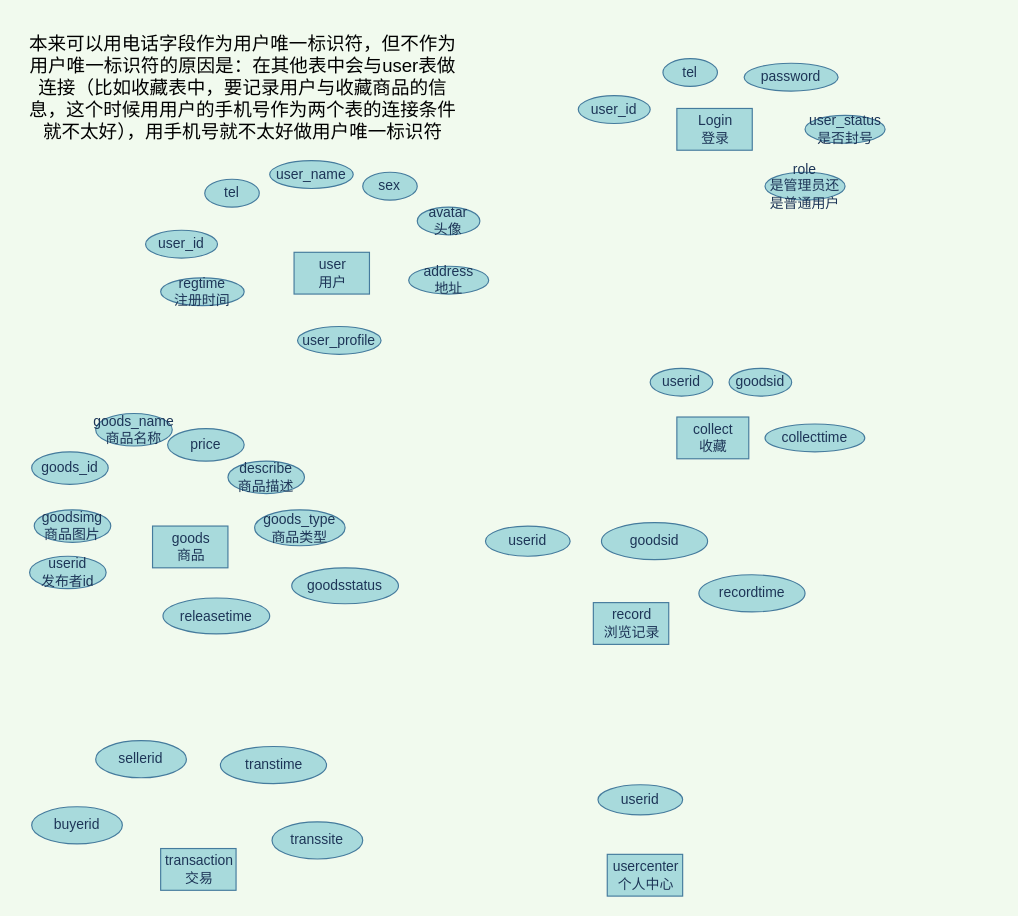
200928/image keeps this draw.io diagram as 跳蚤市场数据库ER图.drawio. Above is the earlier version. Source tidied: cells renumbered, new cells numbered last; positions are measured from the earlier drawing's top-left corner, leaving out a move shared by most shapes. Both pictures are drawn from the tidied source at 116%, with x=0, y=0 at pixel (20, 20).
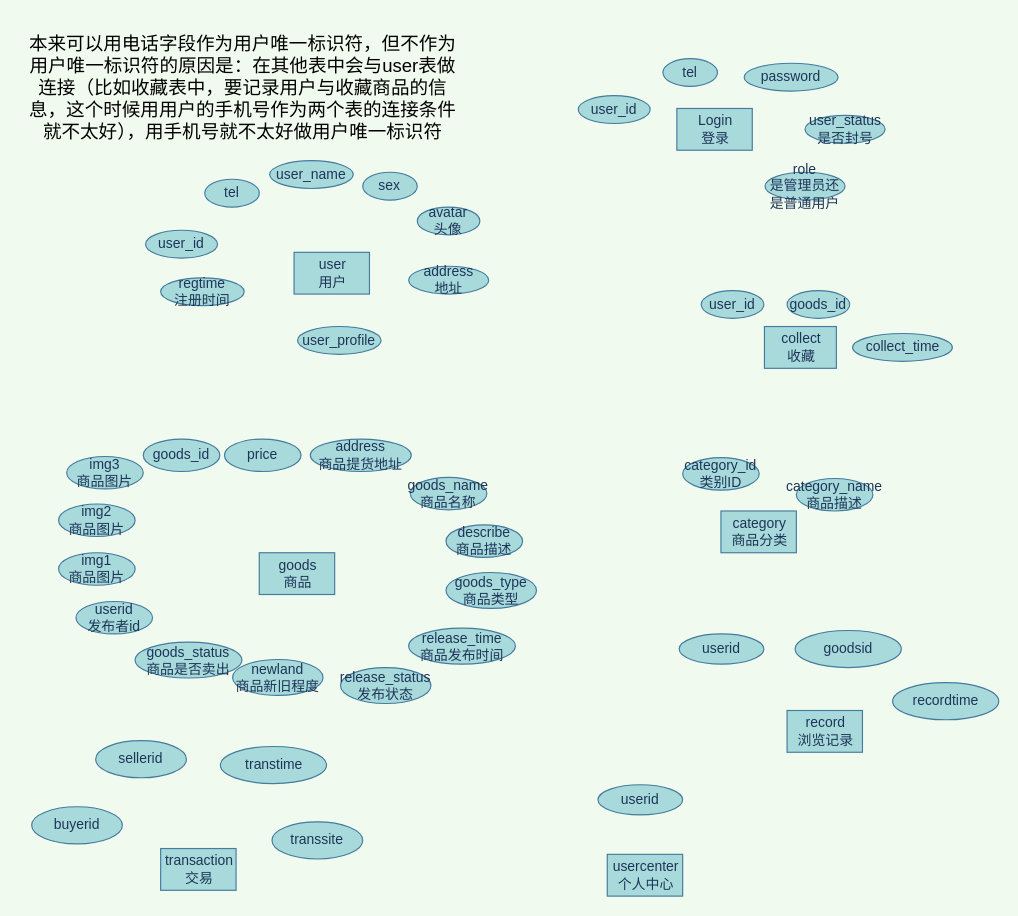
After the change.

Commit message:
更新跳蚤市场数据库ER图.drawio

Change to the diagram source:
```diff
@@
     <mxCell id="3" value="collect&lt;br&gt;收藏" style="html=1;fillColor=#A8DADC;strokeColor=#457B9D;fontColor=#1D3557;" parent="1" vertex="1">
-      <mxGeometry x="566" y="342" width="62" height="36" as="geometry" />
+      <mxGeometry x="641.5" y="264" width="62" height="36" as="geometry" />
     </mxCell>
@@
-    <mxCell id="12" value="userid" style="ellipse;whiteSpace=wrap;html=1;rounded=0;sketch=0;fontColor=#1D3557;strokeColor=#457B9D;fillColor=#A8DADC;" parent="1" vertex="1">
-      <mxGeometry x="543" y="300" width="54" height="24" as="geometry" />
+    <mxCell id="12" value="user_id" style="ellipse;whiteSpace=wrap;html=1;rounded=0;sketch=0;fontColor=#1D3557;strokeColor=#457B9D;fillColor=#A8DADC;" parent="1" vertex="1">
+      <mxGeometry x="587" y="233" width="54" height="24" as="geometry" />
     </mxCell>
-    <mxCell id="13" value="goodsid" style="ellipse;whiteSpace=wrap;html=1;rounded=0;sketch=0;fontColor=#1D3557;strokeColor=#457B9D;fillColor=#A8DADC;" parent="1" vertex="1">
-      <mxGeometry x="611" y="300" width="54" height="24" as="geometry" />
+    <mxCell id="13" value="goods_id" style="ellipse;whiteSpace=wrap;html=1;rounded=0;sketch=0;fontColor=#1D3557;strokeColor=#457B9D;fillColor=#A8DADC;" parent="1" vertex="1">
+      <mxGeometry x="661" y="233" width="54" height="24" as="geometry" />
     </mxCell>
-    <mxCell id="14" value="collecttime" style="ellipse;whiteSpace=wrap;html=1;rounded=0;sketch=0;fontColor=#1D3557;strokeColor=#457B9D;fillColor=#A8DADC;" parent="1" vertex="1">
-      <mxGeometry x="642" y="348" width="86" height="24" as="geometry" />
+    <mxCell id="14" value="collect_time" style="ellipse;whiteSpace=wrap;html=1;rounded=0;sketch=0;fontColor=#1D3557;strokeColor=#457B9D;fillColor=#A8DADC;" parent="1" vertex="1">
+      <mxGeometry x="717.5" y="270" width="86" height="24" as="geometry" />
     </mxCell>
     <mxCell id="15" value="goods&lt;br&gt;商品" style="html=1;fillColor=#A8DADC;strokeColor=#457B9D;fontColor=#1D3557;" parent="1" vertex="1">
-      <mxGeometry x="114" y="436" width="65" height="36" as="geometry" />
+      <mxGeometry x="206" y="459" width="65" height="36" as="geometry" />
     </mxCell>
     <mxCell id="16" value="record&lt;br&gt;浏览记录" style="html=1;fillColor=#A8DADC;strokeColor=#457B9D;fontColor=#1D3557;" parent="1" vertex="1">
-      <mxGeometry x="494" y="502" width="65" height="36" as="geometry" />
+      <mxGeometry x="661" y="595" width="65" height="36" as="geometry" />
     </mxCell>
     <mxCell id="17" value="goods_id" style="ellipse;whiteSpace=wrap;html=1;rounded=0;sketch=0;fontColor=#1D3557;strokeColor=#457B9D;fillColor=#A8DADC;" parent="1" vertex="1">
-      <mxGeometry x="9.8" y="372" width="66" height="28" as="geometry" />
+      <mxGeometry x="106" y="361" width="66" height="28" as="geometry" />
     </mxCell>
     <mxCell id="18" value="price" style="ellipse;whiteSpace=wrap;html=1;rounded=0;sketch=0;fontColor=#1D3557;strokeColor=#457B9D;fillColor=#A8DADC;" parent="1" vertex="1">
-      <mxGeometry x="127" y="352" width="66" height="28" as="geometry" />
+      <mxGeometry x="176" y="361" width="66" height="28" as="geometry" />
     </mxCell>
     <mxCell id="19" value="describe&lt;br&gt;商品描述" style="ellipse;whiteSpace=wrap;html=1;rounded=0;sketch=0;fontColor=#1D3557;strokeColor=#457B9D;fillColor=#A8DADC;" parent="1" vertex="1">
-      <mxGeometry x="179" y="380" width="66" height="28" as="geometry" />
+      <mxGeometry x="367" y="435" width="66" height="28" as="geometry" />
     </mxCell>
     <mxCell id="20" value="goods_type&lt;br&gt;商品类型" style="ellipse;whiteSpace=wrap;html=1;rounded=0;sketch=0;fontColor=#1D3557;strokeColor=#457B9D;fillColor=#A8DADC;" parent="1" vertex="1">
-      <mxGeometry x="202" y="422" width="78" height="31" as="geometry" />
+      <mxGeometry x="367" y="476" width="78" height="31" as="geometry" />
     </mxCell>
-    <mxCell id="21" value="goodsstatus" style="ellipse;whiteSpace=wrap;html=1;rounded=0;sketch=0;fontColor=#1D3557;strokeColor=#457B9D;fillColor=#A8DADC;" parent="1" vertex="1">
-      <mxGeometry x="234" y="472" width="92" height="31" as="geometry" />
+    <mxCell id="21" value="goods_status&lt;br&gt;商品是否卖出" style="ellipse;whiteSpace=wrap;html=1;rounded=0;sketch=0;fontColor=#1D3557;strokeColor=#457B9D;fillColor=#A8DADC;" parent="1" vertex="1">
+      <mxGeometry x="99" y="536" width="92" height="31" as="geometry" />
     </mxCell>
-    <mxCell id="22" value="releasetime" style="ellipse;whiteSpace=wrap;html=1;rounded=0;sketch=0;fontColor=#1D3557;strokeColor=#457B9D;fillColor=#A8DADC;" parent="1" vertex="1">
-      <mxGeometry x="123" y="498" width="92" height="31" as="geometry" />
+    <mxCell id="22" value="release_time&lt;br&gt;商品发布时间" style="ellipse;whiteSpace=wrap;html=1;rounded=0;sketch=0;fontColor=#1D3557;strokeColor=#457B9D;fillColor=#A8DADC;" parent="1" vertex="1">
+      <mxGeometry x="334.8" y="524" width="92" height="31" as="geometry" />
     </mxCell>
@@
-    <mxCell id="24" value="goodsimg&lt;br&gt;商品图片" style="ellipse;whiteSpace=wrap;html=1;rounded=0;sketch=0;fontColor=#1D3557;strokeColor=#457B9D;fillColor=#A8DADC;" parent="1" vertex="1">
-      <mxGeometry x="12" y="422" width="66" height="28" as="geometry" />
+    <mxCell id="24" value="img2&lt;br&gt;商品图片" style="ellipse;whiteSpace=wrap;html=1;rounded=0;sketch=0;fontColor=#1D3557;strokeColor=#457B9D;fillColor=#A8DADC;" parent="1" vertex="1">
+      <mxGeometry x="33" y="417" width="66" height="28" as="geometry" />
     </mxCell>
@@
     <mxCell id="29" value="goodsid" style="ellipse;whiteSpace=wrap;html=1;rounded=0;sketch=0;fontColor=#1D3557;strokeColor=#457B9D;fillColor=#A8DADC;" parent="1" vertex="1">
-      <mxGeometry x="501" y="433" width="91.5" height="32" as="geometry" />
+      <mxGeometry x="668" y="526" width="91.5" height="32" as="geometry" />
     </mxCell>
     <mxCell id="30" value="userid" style="ellipse;whiteSpace=wrap;html=1;rounded=0;sketch=0;fontColor=#1D3557;strokeColor=#457B9D;fillColor=#A8DADC;" parent="1" vertex="1">
-      <mxGeometry x="401" y="436" width="73" height="26" as="geometry" />
+      <mxGeometry x="568" y="529" width="73" height="26" as="geometry" />
     </mxCell>
     <mxCell id="31" value="recordtime" style="ellipse;whiteSpace=wrap;html=1;rounded=0;sketch=0;fontColor=#1D3557;strokeColor=#457B9D;fillColor=#A8DADC;" parent="1" vertex="1">
-      <mxGeometry x="585" y="478" width="91.5" height="32" as="geometry" />
+      <mxGeometry x="752" y="571" width="91.5" height="32" as="geometry" />
     </mxCell>
@@
     <mxCell id="34" value="userid&lt;br&gt;发布者id" style="ellipse;whiteSpace=wrap;html=1;rounded=0;sketch=0;fontColor=#1D3557;strokeColor=#457B9D;fillColor=#A8DADC;" parent="1" vertex="1">
-      <mxGeometry x="8" y="462" width="66" height="28" as="geometry" />
+      <mxGeometry x="48" y="501" width="66" height="28" as="geometry" />
     </mxCell>
@@
     <mxCell id="42" value="goods_name&lt;br&gt;商品名称" style="ellipse;whiteSpace=wrap;html=1;rounded=0;sketch=0;fontColor=#1D3557;strokeColor=#457B9D;fillColor=#A8DADC;" parent="1" vertex="1">
-      <mxGeometry x="65" y="339" width="66" height="28" as="geometry" />
+      <mxGeometry x="336.2" y="394" width="66" height="28" as="geometry" />
     </mxCell>
+    <mxCell id="43" value="category&lt;br&gt;商品分类" style="html=1;fillColor=#A8DADC;strokeColor=#457B9D;fontColor=#1D3557;" parent="1" vertex="1">
+      <mxGeometry x="604" y="423" width="65" height="36" as="geometry" />
+    </mxCell>
+    <mxCell id="44" value="category_name&lt;br&gt;商品描述" style="ellipse;whiteSpace=wrap;html=1;rounded=0;sketch=0;fontColor=#1D3557;strokeColor=#457B9D;fillColor=#A8DADC;" parent="1" vertex="1">
+      <mxGeometry x="669" y="395" width="66" height="28" as="geometry" />
+    </mxCell>
+    <mxCell id="45" value="category_id&lt;br&gt;类别ID" style="ellipse;whiteSpace=wrap;html=1;rounded=0;sketch=0;fontColor=#1D3557;strokeColor=#457B9D;fillColor=#A8DADC;" parent="1" vertex="1">
+      <mxGeometry x="571" y="377" width="66" height="28" as="geometry" />
+    </mxCell>
+    <mxCell id="46" value="newland&lt;br&gt;商品新旧程度" style="ellipse;whiteSpace=wrap;html=1;rounded=0;sketch=0;fontColor=#1D3557;strokeColor=#457B9D;fillColor=#A8DADC;" parent="1" vertex="1">
+      <mxGeometry x="183" y="551" width="78" height="31" as="geometry" />
+    </mxCell>
+    <mxCell id="47" value="img1&lt;br&gt;商品图片" style="ellipse;whiteSpace=wrap;html=1;rounded=0;sketch=0;fontColor=#1D3557;strokeColor=#457B9D;fillColor=#A8DADC;" parent="1" vertex="1">
+      <mxGeometry x="33" y="459" width="66" height="28" as="geometry" />
+    </mxCell>
+    <mxCell id="48" value="img3&lt;br&gt;商品图片" style="ellipse;whiteSpace=wrap;html=1;rounded=0;sketch=0;fontColor=#1D3557;strokeColor=#457B9D;fillColor=#A8DADC;" parent="1" vertex="1">
+      <mxGeometry x="40" y="376" width="66" height="28" as="geometry" />
+    </mxCell>
+    <mxCell id="49" value="release_status&lt;br&gt;发布状态" style="ellipse;whiteSpace=wrap;html=1;rounded=0;sketch=0;fontColor=#1D3557;strokeColor=#457B9D;fillColor=#A8DADC;" parent="1" vertex="1">
+      <mxGeometry x="276" y="558" width="78" height="31" as="geometry" />
+    </mxCell>
+    <mxCell id="50" value="address&lt;br&gt;商品提货地址" style="ellipse;whiteSpace=wrap;html=1;rounded=0;sketch=0;fontColor=#1D3557;strokeColor=#457B9D;fillColor=#A8DADC;" parent="1" vertex="1">
+      <mxGeometry x="250" y="361" width="87" height="28" as="geometry" />
+    </mxCell>
```
